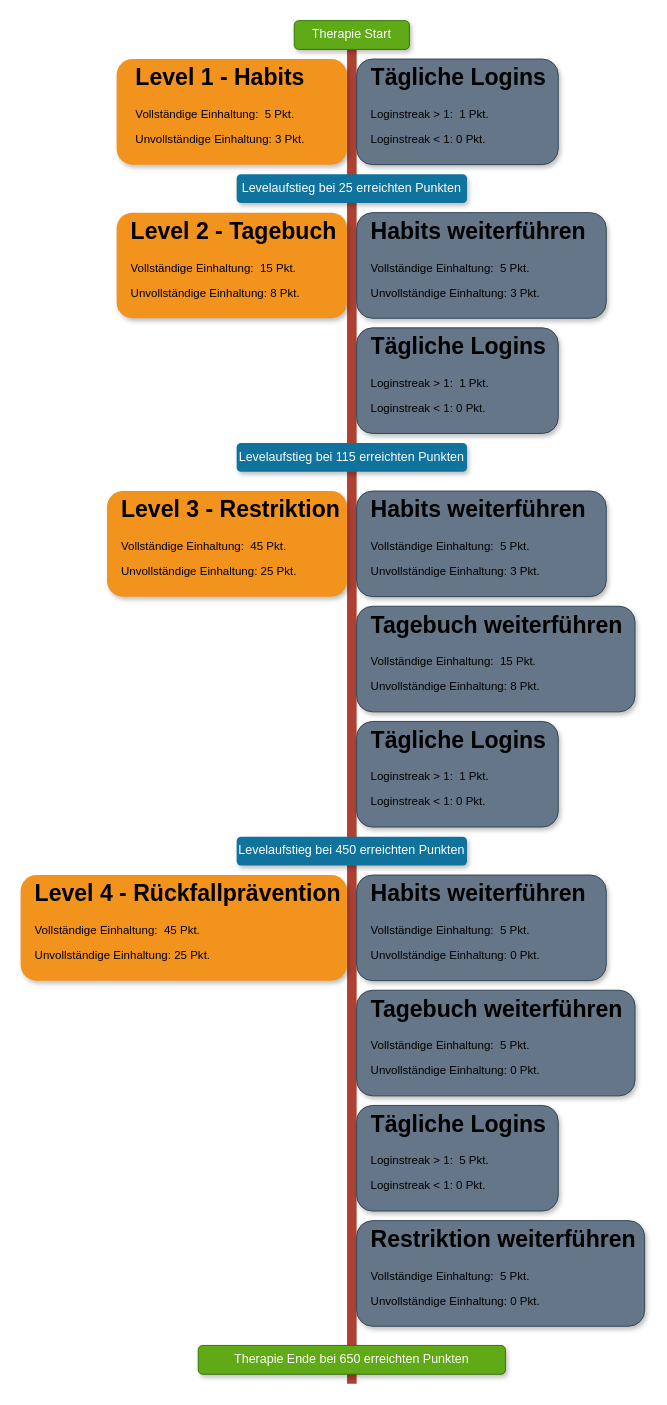
PriXss/UMLDiagramme keeps this draw.io diagram as LevelKVTI.drawio. Above is the earlier version. Source tidied: cells renumbered, new cells numbered last; positions are measured from the earlier drawing's top-left corner, leaving out a move shared by most shapes. Both pictures are drawn from the tidied source at 96%, with x=0, y=0 at pixel (20, 20).
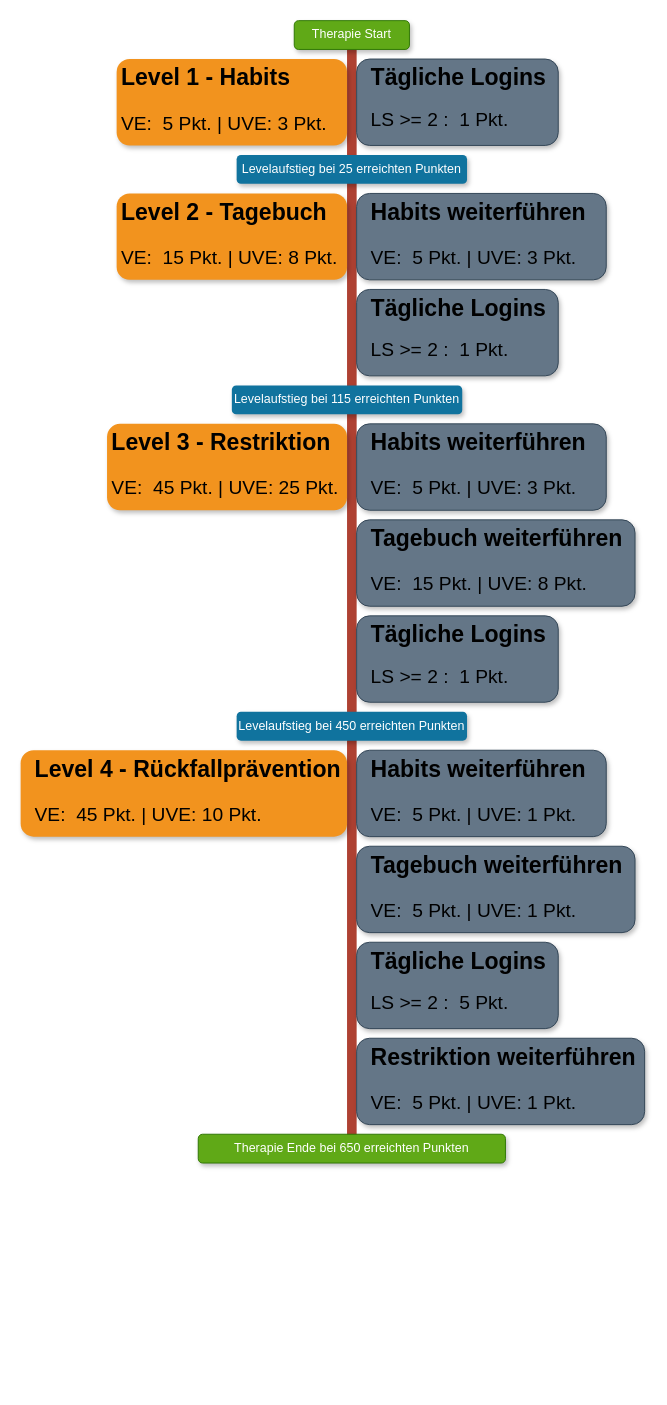
The same diagram, later.

What changed in the source:
```diff
@@
     <mxCell id="2" style="line;strokeWidth=10;direction=south;html=1;fillColor=none;fontSize=13;fontColor=#000000;align=center;strokeColor=#AE4132;" parent="1" vertex="1">
-      <mxGeometry x="340" y="30" width="10" height="1390" as="geometry" />
+      <mxGeometry x="340" y="30" width="10" height="1150" as="geometry" />
     </mxCell>
     <mxCell id="3" style="rounded=1;whiteSpace=wrap;html=1;strokeColor=none;strokeWidth=1;fillColor=#F2931E;fontSize=13;fontColor=#FFFFFF;align=center;gradientColor=none;gradientDirection=east;verticalAlign=top;shadow=1;" parent="1" vertex="1">
-      <mxGeometry x="100" y="40" width="240" height="110" as="geometry" />
+      <mxGeometry x="100" y="40" width="240" height="90" as="geometry" />
     </mxCell>
     <mxCell id="4" value="Levelaufstieg bei 25 erreichten Punkten" style="rounded=1;whiteSpace=wrap;html=1;strokeColor=none;strokeWidth=1;fillColor=#10739E;fontSize=13;fontColor=#FFFFFF;align=center;gradientColor=none;gradientDirection=east;verticalAlign=top;shadow=1;" parent="1" vertex="1">
-      <mxGeometry x="225" y="160" width="240" height="30" as="geometry" />
+      <mxGeometry x="225" y="140" width="240" height="30" as="geometry" />
     </mxCell>
-    <mxCell id="5" value="&lt;h1&gt;Level 1 - Habits&lt;/h1&gt;&lt;p&gt;Vollständige Einhaltung:&amp;nbsp; 5 Pkt.&lt;/p&gt;&lt;p&gt;Unvollständige Einhaltung: 3 Pkt.&lt;/p&gt;" style="text;html=1;strokeColor=none;fillColor=none;spacing=5;spacingTop=-20;whiteSpace=wrap;overflow=hidden;rounded=0;" parent="1" vertex="1">
-      <mxGeometry x="115" y="40" width="200" height="110" as="geometry" />
+    <mxCell id="5" value="&lt;h1&gt;Level 1 - Habits&lt;/h1&gt;&lt;p style=&quot;font-size: 20px;&quot;&gt;&lt;font style=&quot;font-size: 20px;&quot;&gt;&lt;font style=&quot;font-size: 20px;&quot;&gt;VE:&amp;nbsp;&amp;nbsp;&lt;/font&gt;&lt;font style=&quot;font-size: 20px;&quot;&gt;5 Pkt. |&amp;nbsp;&lt;/font&gt;&lt;/font&gt;&lt;span style=&quot;background-color: initial;&quot;&gt;UVE: &lt;/span&gt;&lt;font style=&quot;background-color: initial; font-size: 20px;&quot;&gt;3 Pkt&lt;/font&gt;&lt;span style=&quot;background-color: initial;&quot;&gt;.&lt;/span&gt;&lt;/p&gt;" style="text;html=1;strokeColor=none;fillColor=none;spacing=5;spacingTop=-20;whiteSpace=wrap;overflow=hidden;rounded=0;" parent="1" vertex="1">
+      <mxGeometry x="100" y="40" width="240" height="80" as="geometry" />
     </mxCell>
     <mxCell id="6" style="rounded=1;whiteSpace=wrap;html=1;strokeColor=none;strokeWidth=1;fillColor=#F2931E;fontSize=13;fontColor=#FFFFFF;align=center;gradientColor=none;gradientDirection=east;verticalAlign=top;shadow=1;" parent="1" vertex="1">
-      <mxGeometry x="100" y="200" width="240" height="110" as="geometry" />
+      <mxGeometry x="100" y="180" width="240" height="90" as="geometry" />
     </mxCell>
-    <mxCell id="7" value="&lt;h1&gt;Level 2 - Tagebuch&lt;/h1&gt;&lt;p&gt;Vollständige Einhaltung:&amp;nbsp; 15 Pkt.&lt;/p&gt;&lt;p&gt;Unvollständige Einhaltung: 8 Pkt.&lt;/p&gt;" style="text;html=1;strokeColor=none;fillColor=none;spacing=5;spacingTop=-20;whiteSpace=wrap;overflow=hidden;rounded=0;" parent="1" vertex="1">
-      <mxGeometry x="110" y="200" width="230" height="110" as="geometry" />
+    <mxCell id="7" value="&lt;h1&gt;Level 2 - Tagebuch&lt;/h1&gt;&lt;p style=&quot;font-size: 20px;&quot;&gt;&lt;font style=&quot;font-size: 20px;&quot;&gt;VE:&amp;nbsp; 15 Pkt. |&amp;nbsp;&lt;/font&gt;UVE: 8&lt;font style=&quot;font-size: 20px; background-color: initial;&quot;&gt;&amp;nbsp;Pkt&lt;/font&gt;&lt;span style=&quot;background-color: initial;&quot;&gt;.&lt;/span&gt;&lt;br&gt;&lt;/p&gt;" style="text;html=1;strokeColor=none;fillColor=none;spacing=5;spacingTop=-20;whiteSpace=wrap;overflow=hidden;rounded=0;" parent="1" vertex="1">
+      <mxGeometry x="100" y="180" width="240" height="90" as="geometry" />
     </mxCell>
     <mxCell id="8" style="rounded=1;whiteSpace=wrap;html=1;strokeColor=#314354;strokeWidth=1;fillColor=#647687;fontSize=13;fontColor=#ffffff;align=center;gradientDirection=east;verticalAlign=top;shadow=1;" parent="1" vertex="1">
-      <mxGeometry x="350" y="200" width="260" height="110" as="geometry" />
+      <mxGeometry x="350" y="180" width="260" height="90" as="geometry" />
     </mxCell>
-    <mxCell id="9" value="&lt;h1&gt;Habits weiterführen&lt;/h1&gt;&lt;p&gt;Vollständige Einhaltung:&amp;nbsp; 5 Pkt.&lt;/p&gt;&lt;p&gt;Unvollständige Einhaltung: 3 Pkt.&lt;/p&gt;" style="text;html=1;strokeColor=none;fillColor=none;spacing=5;spacingTop=-20;whiteSpace=wrap;overflow=hidden;rounded=0;" parent="1" vertex="1">
-      <mxGeometry x="360" y="200" width="240" height="110" as="geometry" />
+    <mxCell id="9" value="&lt;h1&gt;Habits weiterführen&lt;/h1&gt;&lt;p style=&quot;font-size: 20px;&quot;&gt;&lt;font style=&quot;font-size: 20px;&quot;&gt;VE:&amp;nbsp;&amp;nbsp;5 Pkt. |&amp;nbsp;&lt;/font&gt;UVE:&amp;nbsp;&lt;font style=&quot;font-size: 20px; background-color: initial;&quot;&gt;3 Pkt&lt;/font&gt;&lt;span style=&quot;background-color: initial;&quot;&gt;.&lt;/span&gt;&lt;br&gt;&lt;/p&gt;" style="text;html=1;strokeColor=none;fillColor=none;spacing=5;spacingTop=-20;whiteSpace=wrap;overflow=hidden;rounded=0;" parent="1" vertex="1">
+      <mxGeometry x="360" y="180" width="240" height="80" as="geometry" />
     </mxCell>
     <mxCell id="10" value="Levelaufstieg bei 115 erreichten Punkten" style="rounded=1;whiteSpace=wrap;html=1;strokeColor=none;strokeWidth=1;fillColor=#10739E;fontSize=13;fontColor=#FFFFFF;align=center;gradientColor=none;gradientDirection=east;verticalAlign=top;shadow=1;" parent="1" vertex="1">
-      <mxGeometry x="225" y="440" width="240" height="30" as="geometry" />
+      <mxGeometry x="220" y="380" width="240" height="30" as="geometry" />
     </mxCell>
     <mxCell id="11" style="rounded=1;whiteSpace=wrap;html=1;strokeColor=#314354;strokeWidth=1;fillColor=#647687;fontSize=13;fontColor=#ffffff;align=center;gradientDirection=east;verticalAlign=top;shadow=1;" parent="1" vertex="1">
-      <mxGeometry x="350" y="40" width="210" height="110" as="geometry" />
+      <mxGeometry x="350" y="40" width="210" height="90" as="geometry" />
     </mxCell>
-    <mxCell id="12" value="&lt;h1&gt;Tägliche Logins&lt;/h1&gt;&lt;p&gt;Loginstreak &amp;gt; 1:&amp;nbsp; 1 Pkt.&amp;nbsp;&lt;/p&gt;&lt;p&gt;Loginstreak &amp;lt; 1: 0 Pkt.&lt;/p&gt;" style="text;html=1;strokeColor=none;fillColor=none;spacing=5;spacingTop=-20;whiteSpace=wrap;overflow=hidden;rounded=0;" parent="1" vertex="1">
-      <mxGeometry x="360" y="40" width="200" height="110" as="geometry" />
+    <mxCell id="12" value="&lt;h1&gt;Tägliche Logins&lt;/h1&gt;&lt;p&gt;&lt;font style=&quot;font-size: 20px;&quot;&gt;LS &amp;gt;= 2 :&amp;nbsp; 1 Pkt.&amp;nbsp;&lt;/font&gt;&lt;br&gt;&lt;/p&gt;" style="text;html=1;strokeColor=none;fillColor=none;spacing=5;spacingTop=-20;whiteSpace=wrap;overflow=hidden;rounded=0;" parent="1" vertex="1">
+      <mxGeometry x="360" y="40" width="200" height="80" as="geometry" />
     </mxCell>
-    <mxCell id="13" style="rounded=1;whiteSpace=wrap;html=1;strokeColor=#314354;strokeWidth=1;fillColor=#647687;fontSize=13;fontColor=#ffffff;align=center;gradientDirection=east;verticalAlign=top;shadow=1;" parent="1" vertex="1">
-      <mxGeometry x="350" y="320" width="210" height="110" as="geometry" />
-    </mxCell>
-    <mxCell id="14" value="&lt;h1&gt;Tägliche Logins&lt;/h1&gt;&lt;p&gt;Loginstreak &amp;gt; 1:&amp;nbsp; 1 Pkt.&amp;nbsp;&lt;/p&gt;&lt;p&gt;Loginstreak &amp;lt; 1: 0 Pkt.&lt;/p&gt;" style="text;html=1;strokeColor=none;fillColor=none;spacing=5;spacingTop=-20;whiteSpace=wrap;overflow=hidden;rounded=0;" parent="1" vertex="1">
-      <mxGeometry x="360" y="320" width="200" height="110" as="geometry" />
-    </mxCell>
     <mxCell id="15" style="rounded=1;whiteSpace=wrap;html=1;strokeColor=none;strokeWidth=1;fillColor=#F2931E;fontSize=13;fontColor=#FFFFFF;align=center;gradientColor=none;gradientDirection=east;verticalAlign=top;shadow=1;" parent="1" vertex="1">
-      <mxGeometry x="90" y="490" width="250" height="110" as="geometry" />
+      <mxGeometry x="90" y="420" width="250" height="90" as="geometry" />
     </mxCell>
-    <mxCell id="16" value="&lt;h1&gt;Level 3 - Restriktion&lt;/h1&gt;&lt;p&gt;Vollständige Einhaltung:&amp;nbsp; 45 Pkt.&lt;/p&gt;&lt;p&gt;Unvollständige Einhaltung: 25 Pkt.&lt;/p&gt;" style="text;html=1;strokeColor=none;fillColor=none;spacing=5;spacingTop=-20;whiteSpace=wrap;overflow=hidden;rounded=0;" parent="1" vertex="1">
-      <mxGeometry x="100" y="490" width="240" height="110" as="geometry" />
+    <mxCell id="16" value="&lt;h1&gt;Level 3 - Restriktion&lt;/h1&gt;&lt;p style=&quot;font-size: 20px;&quot;&gt;&lt;font style=&quot;font-size: 20px;&quot;&gt;VE:&amp;nbsp; 45 Pkt. |&amp;nbsp;&lt;/font&gt;UVE: 25&lt;font style=&quot;font-size: 20px; background-color: initial;&quot;&gt;&amp;nbsp;Pkt&lt;/font&gt;&lt;span style=&quot;background-color: initial;&quot;&gt;.&lt;/span&gt;&lt;br&gt;&lt;/p&gt;" style="text;html=1;strokeColor=none;fillColor=none;spacing=5;spacingTop=-20;whiteSpace=wrap;overflow=hidden;rounded=0;" parent="1" vertex="1">
+      <mxGeometry x="90" y="420" width="250" height="80" as="geometry" />
     </mxCell>
     <mxCell id="17" style="rounded=1;whiteSpace=wrap;html=1;strokeColor=#314354;strokeWidth=1;fillColor=#647687;fontSize=13;fontColor=#ffffff;align=center;gradientDirection=east;verticalAlign=top;shadow=1;" parent="1" vertex="1">
-      <mxGeometry x="350" y="490" width="260" height="110" as="geometry" />
+      <mxGeometry x="350" y="420" width="260" height="90" as="geometry" />
     </mxCell>
-    <mxCell id="18" value="&lt;h1&gt;Habits weiterführen&lt;/h1&gt;&lt;p&gt;Vollständige Einhaltung:&amp;nbsp; 5 Pkt.&lt;/p&gt;&lt;p&gt;Unvollständige Einhaltung: 3 Pkt.&lt;/p&gt;" style="text;html=1;strokeColor=none;fillColor=none;spacing=5;spacingTop=-20;whiteSpace=wrap;overflow=hidden;rounded=0;" parent="1" vertex="1">
-      <mxGeometry x="360" y="490" width="240" height="110" as="geometry" />
+    <mxCell id="18" value="&lt;h1&gt;Habits weiterführen&lt;/h1&gt;&lt;p style=&quot;font-size: 20px;&quot;&gt;&lt;font style=&quot;font-size: 20px;&quot;&gt;VE:&amp;nbsp;&amp;nbsp;5 Pkt. |&amp;nbsp;&lt;/font&gt;UVE:&amp;nbsp;&lt;font style=&quot;font-size: 20px; background-color: initial;&quot;&gt;3 Pkt&lt;/font&gt;&lt;span style=&quot;background-color: initial;&quot;&gt;.&lt;/span&gt;&lt;br&gt;&lt;/p&gt;" style="text;html=1;strokeColor=none;fillColor=none;spacing=5;spacingTop=-20;whiteSpace=wrap;overflow=hidden;rounded=0;" parent="1" vertex="1">
+      <mxGeometry x="360" y="420" width="240" height="90" as="geometry" />
     </mxCell>
-    <mxCell id="19" style="rounded=1;whiteSpace=wrap;html=1;strokeColor=#314354;strokeWidth=1;fillColor=#647687;fontSize=13;fontColor=#ffffff;align=center;gradientDirection=east;verticalAlign=top;shadow=1;" parent="1" vertex="1">
-      <mxGeometry x="350" y="730" width="210" height="110" as="geometry" />
-    </mxCell>
-    <mxCell id="20" value="&lt;h1&gt;Tägliche Logins&lt;/h1&gt;&lt;p&gt;Loginstreak &amp;gt; 1:&amp;nbsp; 1 Pkt.&amp;nbsp;&lt;/p&gt;&lt;p&gt;Loginstreak &amp;lt; 1: 0 Pkt.&lt;/p&gt;" style="text;html=1;strokeColor=none;fillColor=none;spacing=5;spacingTop=-20;whiteSpace=wrap;overflow=hidden;rounded=0;" parent="1" vertex="1">
-      <mxGeometry x="360" y="730" width="200" height="110" as="geometry" />
-    </mxCell>
     <mxCell id="21" style="rounded=1;whiteSpace=wrap;html=1;strokeColor=#314354;strokeWidth=1;fillColor=#647687;fontSize=13;fontColor=#ffffff;align=center;gradientDirection=east;verticalAlign=top;shadow=1;" parent="1" vertex="1">
-      <mxGeometry x="350" y="610" width="290" height="110" as="geometry" />
+      <mxGeometry x="350" y="520" width="290" height="90" as="geometry" />
     </mxCell>
-    <mxCell id="22" value="&lt;h1&gt;Tagebuch weiterführen&lt;/h1&gt;&lt;p&gt;Vollständige Einhaltung:&amp;nbsp; 15 Pkt.&lt;/p&gt;&lt;p&gt;Unvollständige Einhaltung: 8 Pkt.&lt;/p&gt;" style="text;html=1;strokeColor=none;fillColor=none;spacing=5;spacingTop=-20;whiteSpace=wrap;overflow=hidden;rounded=0;" parent="1" vertex="1">
-      <mxGeometry x="360" y="610" width="280" height="110" as="geometry" />
+    <mxCell id="22" value="&lt;h1&gt;Tagebuch weiterführen&lt;/h1&gt;&lt;p style=&quot;font-size: 20px;&quot;&gt;&lt;font style=&quot;font-size: 20px;&quot;&gt;VE:&amp;nbsp; 15 Pkt. |&amp;nbsp;&lt;/font&gt;UVE: 8&lt;font style=&quot;font-size: 20px; background-color: initial;&quot;&gt;&amp;nbsp;Pkt&lt;/font&gt;&lt;span style=&quot;background-color: initial;&quot;&gt;.&lt;/span&gt;&lt;br&gt;&lt;/p&gt;" style="text;html=1;strokeColor=none;fillColor=none;spacing=5;spacingTop=-20;whiteSpace=wrap;overflow=hidden;rounded=0;" parent="1" vertex="1">
+      <mxGeometry x="360" y="520" width="280" height="80" as="geometry" />
     </mxCell>
     <mxCell id="23" value="Levelaufstieg bei 450 erreichten Punkten" style="rounded=1;whiteSpace=wrap;html=1;strokeColor=none;strokeWidth=1;fillColor=#10739E;fontSize=13;fontColor=#FFFFFF;align=center;gradientColor=none;gradientDirection=east;verticalAlign=top;shadow=1;" parent="1" vertex="1">
-      <mxGeometry x="225" y="850" width="240" height="30" as="geometry" />
+      <mxGeometry x="225" y="720" width="240" height="30" as="geometry" />
     </mxCell>
     <mxCell id="24" style="rounded=1;whiteSpace=wrap;html=1;strokeColor=#314354;strokeWidth=1;fillColor=#647687;fontSize=13;fontColor=#ffffff;align=center;gradientDirection=east;verticalAlign=top;shadow=1;" parent="1" vertex="1">
-      <mxGeometry x="350" y="1250" width="300" height="110" as="geometry" />
+      <mxGeometry x="350" y="1060" width="300" height="90" as="geometry" />
     </mxCell>
-    <mxCell id="25" value="&lt;h1&gt;Restriktion weiterführen&lt;/h1&gt;&lt;p&gt;Vollständige Einhaltung:&amp;nbsp; 5 Pkt.&lt;/p&gt;&lt;p&gt;Unvollständige Einhaltung: 0 Pkt.&lt;/p&gt;" style="text;html=1;strokeColor=none;fillColor=none;spacing=5;spacingTop=-20;whiteSpace=wrap;overflow=hidden;rounded=0;" parent="1" vertex="1">
-      <mxGeometry x="360" y="1250" width="290" height="110" as="geometry" />
+    <mxCell id="25" value="&lt;h1&gt;Restriktion weiterführen&lt;/h1&gt;&lt;p style=&quot;font-size: 20px;&quot;&gt;&lt;font style=&quot;font-size: 20px;&quot;&gt;VE:&amp;nbsp; 5 Pkt. |&amp;nbsp;&lt;/font&gt;UVE: 1&lt;font style=&quot;font-size: 20px; background-color: initial;&quot;&gt;&amp;nbsp;Pkt&lt;/font&gt;&lt;span style=&quot;background-color: initial;&quot;&gt;.&lt;/span&gt;&lt;br&gt;&lt;/p&gt;" style="text;html=1;strokeColor=none;fillColor=none;spacing=5;spacingTop=-20;whiteSpace=wrap;overflow=hidden;rounded=0;" parent="1" vertex="1">
+      <mxGeometry x="360" y="1060" width="290" height="80" as="geometry" />
     </mxCell>
-    <mxCell id="26" style="rounded=1;whiteSpace=wrap;html=1;strokeColor=#314354;strokeWidth=1;fillColor=#647687;fontSize=13;fontColor=#ffffff;align=center;gradientDirection=east;verticalAlign=top;shadow=1;" parent="1" vertex="1">
-      <mxGeometry x="350" y="890" width="260" height="110" as="geometry" />
-    </mxCell>
-    <mxCell id="27" value="&lt;h1&gt;Habits weiterführen&lt;/h1&gt;&lt;p&gt;Vollständige Einhaltung:&amp;nbsp; 5 Pkt.&lt;/p&gt;&lt;p&gt;Unvollständige Einhaltung: 0 Pkt.&lt;/p&gt;" style="text;html=1;strokeColor=none;fillColor=none;spacing=5;spacingTop=-20;whiteSpace=wrap;overflow=hidden;rounded=0;" parent="1" vertex="1">
-      <mxGeometry x="360" y="890" width="240" height="110" as="geometry" />
-    </mxCell>
-    <mxCell id="28" style="rounded=1;whiteSpace=wrap;html=1;strokeColor=#314354;strokeWidth=1;fillColor=#647687;fontSize=13;fontColor=#ffffff;align=center;gradientDirection=east;verticalAlign=top;shadow=1;" parent="1" vertex="1">
-      <mxGeometry x="350" y="1130" width="210" height="110" as="geometry" />
-    </mxCell>
-    <mxCell id="29" value="&lt;h1&gt;Tägliche Logins&lt;/h1&gt;&lt;p&gt;Loginstreak &amp;gt; 1:&amp;nbsp; 5 Pkt.&amp;nbsp;&lt;/p&gt;&lt;p&gt;Loginstreak &amp;lt; 1: 0 Pkt.&lt;/p&gt;" style="text;html=1;strokeColor=none;fillColor=none;spacing=5;spacingTop=-20;whiteSpace=wrap;overflow=hidden;rounded=0;" parent="1" vertex="1">
-      <mxGeometry x="360" y="1130" width="200" height="110" as="geometry" />
-    </mxCell>
-    <mxCell id="30" style="rounded=1;whiteSpace=wrap;html=1;strokeColor=#314354;strokeWidth=1;fillColor=#647687;fontSize=13;fontColor=#ffffff;align=center;gradientDirection=east;verticalAlign=top;shadow=1;" parent="1" vertex="1">
-      <mxGeometry x="350" y="1010" width="290" height="110" as="geometry" />
-    </mxCell>
-    <mxCell id="31" value="&lt;h1&gt;Tagebuch weiterführen&lt;/h1&gt;&lt;p&gt;Vollständige Einhaltung:&amp;nbsp; 5 Pkt.&lt;/p&gt;&lt;p&gt;Unvollständige Einhaltung: 0 Pkt.&lt;/p&gt;" style="text;html=1;strokeColor=none;fillColor=none;spacing=5;spacingTop=-20;whiteSpace=wrap;overflow=hidden;rounded=0;" parent="1" vertex="1">
-      <mxGeometry x="360" y="1010" width="280" height="110" as="geometry" />
-    </mxCell>
     <mxCell id="32" value="Therapie Ende bei 650 erreichten Punkten&lt;br&gt;&amp;nbsp;" style="rounded=1;whiteSpace=wrap;html=1;strokeColor=#2D7600;strokeWidth=1;fillColor=#60a917;fontSize=13;align=center;gradientDirection=east;verticalAlign=top;shadow=1;fontColor=#ffffff;" parent="1" vertex="1">
-      <mxGeometry x="185" y="1380" width="320" height="30" as="geometry" />
+      <mxGeometry x="185" y="1160" width="320" height="30" as="geometry" />
     </mxCell>
@@
     <mxCell id="34" style="rounded=1;whiteSpace=wrap;html=1;strokeColor=none;strokeWidth=1;fillColor=#F2931E;fontSize=13;fontColor=#FFFFFF;align=center;gradientColor=none;gradientDirection=east;verticalAlign=top;shadow=1;" parent="1" vertex="1">
-      <mxGeometry y="890" width="340" height="110" as="geometry" />
+      <mxGeometry y="760" width="340" height="90" as="geometry" />
     </mxCell>
-    <mxCell id="35" value="&lt;h1&gt;Level 4 - Rückfallprävention&lt;/h1&gt;&lt;p&gt;Vollständige Einhaltung:&amp;nbsp; 45 Pkt.&lt;/p&gt;&lt;p&gt;Unvollständige Einhaltung: 25 Pkt.&lt;/p&gt;" style="text;html=1;strokeColor=none;fillColor=none;spacing=5;spacingTop=-20;whiteSpace=wrap;overflow=hidden;rounded=0;" parent="1" vertex="1">
-      <mxGeometry x="10" y="890" width="330" height="110" as="geometry" />
+    <mxCell id="35" value="&lt;h1&gt;Level 4 - Rückfallprävention&lt;/h1&gt;&lt;p style=&quot;font-size: 20px;&quot;&gt;&lt;font style=&quot;font-size: 20px;&quot;&gt;VE:&amp;nbsp; 45 Pkt. |&amp;nbsp;&lt;/font&gt;UVE: 10&lt;font style=&quot;font-size: 20px; background-color: initial;&quot;&gt;&amp;nbsp;Pkt&lt;/font&gt;&lt;span style=&quot;background-color: initial;&quot;&gt;.&lt;/span&gt;&lt;br&gt;&lt;/p&gt;" style="text;html=1;strokeColor=none;fillColor=none;spacing=5;spacingTop=-20;whiteSpace=wrap;overflow=hidden;rounded=0;" parent="1" vertex="1">
+      <mxGeometry x="10" y="760" width="330" height="80" as="geometry" />
     </mxCell>
+    <mxCell id="36" style="rounded=1;whiteSpace=wrap;html=1;strokeColor=#314354;strokeWidth=1;fillColor=#647687;fontSize=13;fontColor=#ffffff;align=center;gradientDirection=east;verticalAlign=top;shadow=1;" parent="1" vertex="1">
+      <mxGeometry x="350" y="280" width="210" height="90" as="geometry" />
+    </mxCell>
+    <mxCell id="37" value="&lt;h1&gt;Tägliche Logins&lt;/h1&gt;&lt;p&gt;&lt;font style=&quot;font-size: 20px;&quot;&gt;LS &amp;gt;= 2 :&amp;nbsp; 1 Pkt.&amp;nbsp;&lt;/font&gt;&lt;br&gt;&lt;/p&gt;" style="text;html=1;strokeColor=none;fillColor=none;spacing=5;spacingTop=-20;whiteSpace=wrap;overflow=hidden;rounded=0;" parent="1" vertex="1">
+      <mxGeometry x="360" y="280" width="200" height="80" as="geometry" />
+    </mxCell>
+    <mxCell id="38" style="rounded=1;whiteSpace=wrap;html=1;strokeColor=#314354;strokeWidth=1;fillColor=#647687;fontSize=13;fontColor=#ffffff;align=center;gradientDirection=east;verticalAlign=top;shadow=1;" parent="1" vertex="1">
+      <mxGeometry x="350" y="620" width="210" height="90" as="geometry" />
+    </mxCell>
+    <mxCell id="39" value="&lt;h1&gt;Tägliche Logins&lt;/h1&gt;&lt;p&gt;&lt;font style=&quot;font-size: 20px;&quot;&gt;LS &amp;gt;= 2 :&amp;nbsp; 1 Pkt.&amp;nbsp;&lt;/font&gt;&lt;br&gt;&lt;/p&gt;" style="text;html=1;strokeColor=none;fillColor=none;spacing=5;spacingTop=-20;whiteSpace=wrap;overflow=hidden;rounded=0;" parent="1" vertex="1">
+      <mxGeometry x="360" y="620" width="200" height="80" as="geometry" />
+    </mxCell>
+    <mxCell id="40" style="rounded=1;whiteSpace=wrap;html=1;strokeColor=#314354;strokeWidth=1;fillColor=#647687;fontSize=13;fontColor=#ffffff;align=center;gradientDirection=east;verticalAlign=top;shadow=1;" parent="1" vertex="1">
+      <mxGeometry x="350" y="960" width="210" height="90" as="geometry" />
+    </mxCell>
+    <mxCell id="41" value="&lt;h1&gt;Tägliche Logins&lt;/h1&gt;&lt;p&gt;&lt;font style=&quot;font-size: 20px;&quot;&gt;LS &amp;gt;= 2 :&amp;nbsp; 5 Pkt.&amp;nbsp;&lt;/font&gt;&lt;br&gt;&lt;/p&gt;" style="text;html=1;strokeColor=none;fillColor=none;spacing=5;spacingTop=-20;whiteSpace=wrap;overflow=hidden;rounded=0;" parent="1" vertex="1">
+      <mxGeometry x="360" y="960" width="200" height="80" as="geometry" />
+    </mxCell>
+    <mxCell id="42" style="rounded=1;whiteSpace=wrap;html=1;strokeColor=#314354;strokeWidth=1;fillColor=#647687;fontSize=13;fontColor=#ffffff;align=center;gradientDirection=east;verticalAlign=top;shadow=1;" parent="1" vertex="1">
+      <mxGeometry x="350" y="760" width="260" height="90" as="geometry" />
+    </mxCell>
+    <mxCell id="43" value="&lt;h1&gt;Habits weiterführen&lt;/h1&gt;&lt;p style=&quot;font-size: 20px;&quot;&gt;&lt;font style=&quot;font-size: 20px;&quot;&gt;VE:&amp;nbsp;&amp;nbsp;5 Pkt. |&amp;nbsp;&lt;/font&gt;UVE: 1&lt;font style=&quot;font-size: 20px; background-color: initial;&quot;&gt;&amp;nbsp;Pkt&lt;/font&gt;&lt;span style=&quot;background-color: initial;&quot;&gt;.&lt;/span&gt;&lt;br&gt;&lt;/p&gt;" style="text;html=1;strokeColor=none;fillColor=none;spacing=5;spacingTop=-20;whiteSpace=wrap;overflow=hidden;rounded=0;" parent="1" vertex="1">
+      <mxGeometry x="360" y="760" width="240" height="90" as="geometry" />
+    </mxCell>
+    <mxCell id="44" style="rounded=1;whiteSpace=wrap;html=1;strokeColor=#314354;strokeWidth=1;fillColor=#647687;fontSize=13;fontColor=#ffffff;align=center;gradientDirection=east;verticalAlign=top;shadow=1;" parent="1" vertex="1">
+      <mxGeometry x="350" y="860" width="290" height="90" as="geometry" />
+    </mxCell>
+    <mxCell id="45" value="&lt;h1&gt;Tagebuch weiterführen&lt;/h1&gt;&lt;p style=&quot;font-size: 20px;&quot;&gt;&lt;font style=&quot;font-size: 20px;&quot;&gt;VE:&amp;nbsp; 5 Pkt. |&amp;nbsp;&lt;/font&gt;UVE: 1&lt;font style=&quot;font-size: 20px; background-color: initial;&quot;&gt;&amp;nbsp;Pkt&lt;/font&gt;&lt;span style=&quot;background-color: initial;&quot;&gt;.&lt;/span&gt;&lt;br&gt;&lt;/p&gt;" style="text;html=1;strokeColor=none;fillColor=none;spacing=5;spacingTop=-20;whiteSpace=wrap;overflow=hidden;rounded=0;" parent="1" vertex="1">
+      <mxGeometry x="360" y="860" width="280" height="80" as="geometry" />
+    </mxCell>
```
